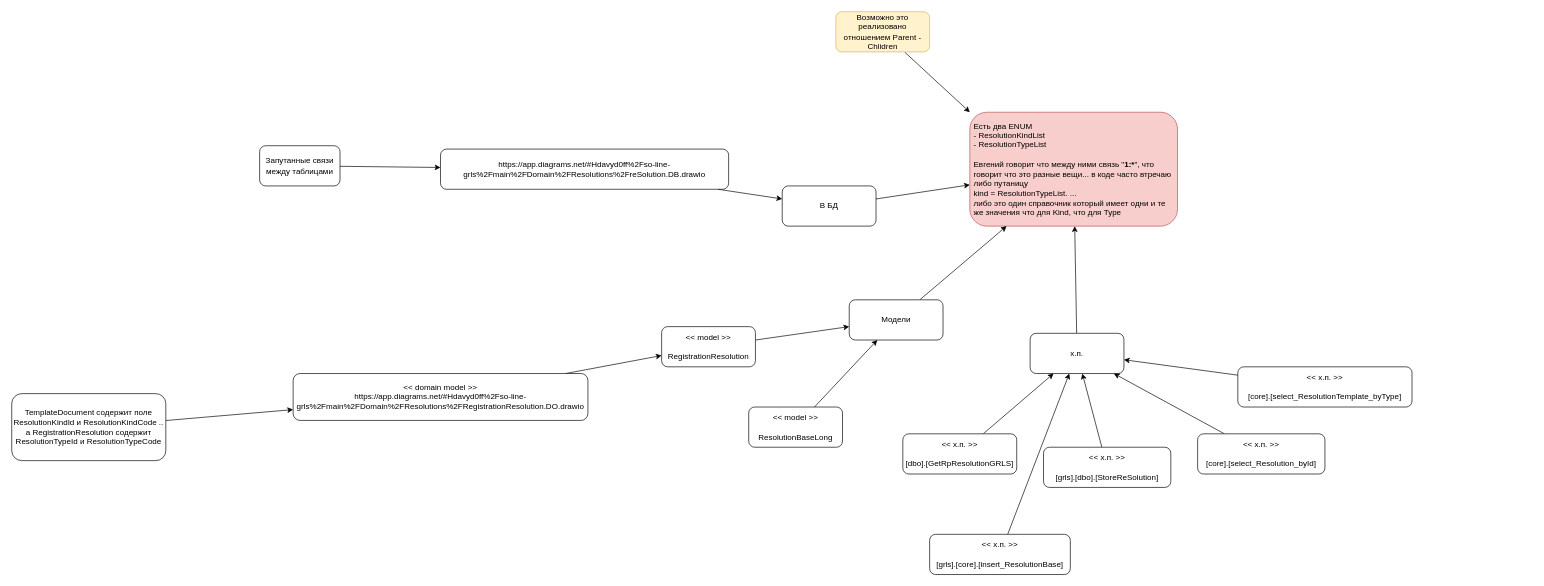
Above: Domain/Resolutions/TypeResolutionVSKindResolution.drawio in davyd0ff/so-line-grls (draw.io), before the change. Source tidied: cells renumbered, new cells numbered last; positions are measured from the earlier drawing's top-left corner, leaving out a move shared by most shapes. Both pictures are drawn from the tidied source at 67%, with x=0, y=0 at pixel (11, 11).
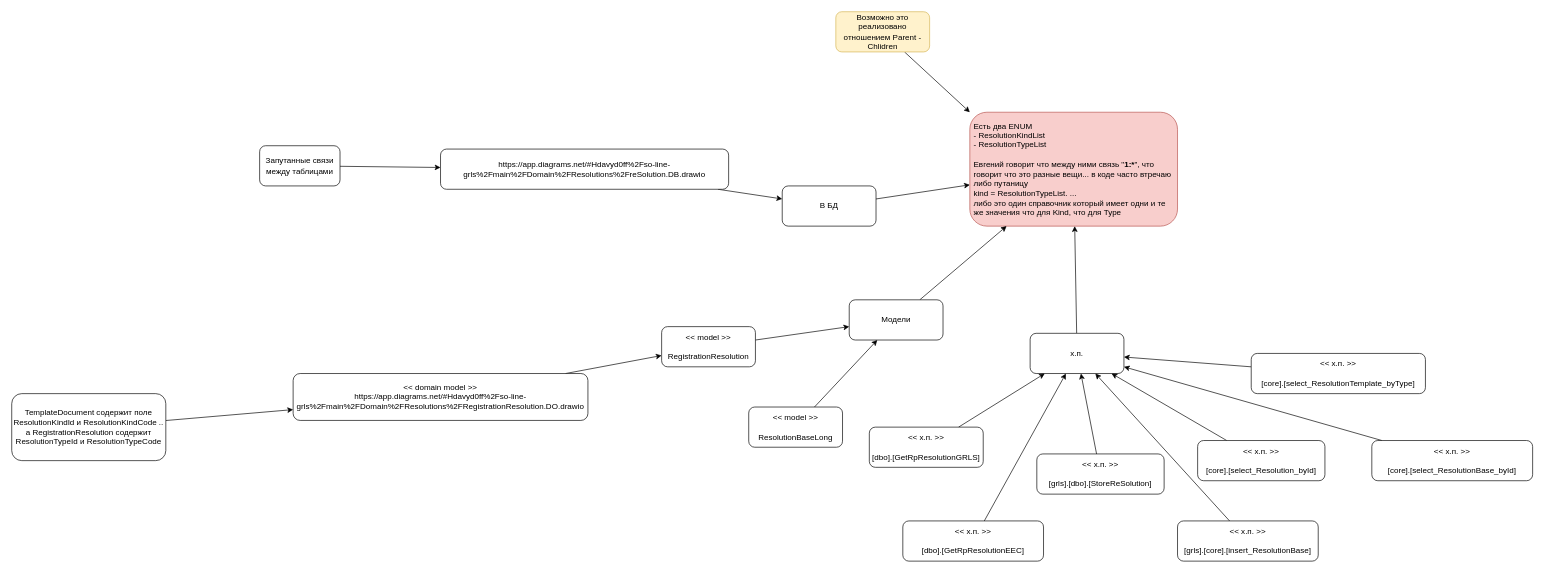
After the change.

The change refers to these unchanged cells:
```xml
<mxCell id="16" value="х.п." style="rounded=1;whiteSpace=wrap;html=1;" parent="1" vertex="1">
  <mxGeometry x="1520" y="480" width="140" height="60" as="geometry" />
</mxCell>
```

Change to the diagram source:
```diff
@@
     <mxCell id="18" value="&amp;lt;&amp;lt; х.п. &amp;gt;&amp;gt;&lt;br&gt;&lt;br&gt;[dbo].[GetRpResolutionGRLS]" style="rounded=1;whiteSpace=wrap;html=1;" parent="1" vertex="1">
-      <mxGeometry x="1330" y="630" width="170" height="60" as="geometry" />
+      <mxGeometry x="1280" y="620" width="170" height="60" as="geometry" />
     </mxCell>
@@
     <mxCell id="20" value="&amp;lt;&amp;lt; х.п. &amp;gt;&amp;gt;&lt;br&gt;&lt;br&gt;[grls].[dbo].[StoreReSolution]" style="rounded=1;whiteSpace=wrap;html=1;" parent="1" vertex="1">
-      <mxGeometry x="1540" y="650" width="190" height="60" as="geometry" />
+      <mxGeometry x="1530" y="660" width="190" height="60" as="geometry" />
     </mxCell>
@@
     <mxCell id="22" value="&amp;lt;&amp;lt; х.п. &amp;gt;&amp;gt;&lt;br&gt;&lt;br&gt;[core].[select_Resolution_byId]" style="rounded=1;whiteSpace=wrap;html=1;" parent="1" vertex="1">
-      <mxGeometry x="1770" y="630" width="190" height="60" as="geometry" />
+      <mxGeometry x="1770" y="640" width="190" height="60" as="geometry" />
     </mxCell>
@@
     <mxCell id="24" value="&amp;lt;&amp;lt; х.п. &amp;gt;&amp;gt;&lt;br&gt;&lt;br&gt;[core].[select_ResolutionTemplate_byType]" style="rounded=1;whiteSpace=wrap;html=1;" parent="1" vertex="1">
-      <mxGeometry x="1830" y="530" width="260" height="60" as="geometry" />
+      <mxGeometry x="1850" y="510" width="260" height="60" as="geometry" />
     </mxCell>
@@
     <mxCell id="32" value="&amp;lt;&amp;lt; х.п. &amp;gt;&amp;gt;&lt;br&gt;&lt;br&gt;[grls].[core].[insert_ResolutionBase]" style="rounded=1;whiteSpace=wrap;html=1;" parent="1" vertex="1">
-      <mxGeometry x="1370" y="780" width="210" height="60" as="geometry" />
+      <mxGeometry x="1740" y="760" width="210" height="60" as="geometry" />
     </mxCell>
+    <mxCell id="33" style="edgeStyle=none;rounded=0;jettySize=auto;html=1;" parent="1" edge="1" source="34" target="16">
+      <mxGeometry relative="1" as="geometry" />
+    </mxCell>
+    <mxCell id="34" value="&amp;lt;&amp;lt; х.п. &amp;gt;&amp;gt;&lt;br&gt;&lt;br&gt;[core].[select_ResolutionBase_byId]" style="rounded=1;whiteSpace=wrap;html=1;" parent="1" vertex="1">
+      <mxGeometry x="2030" y="640" width="240" height="60" as="geometry" />
+    </mxCell>
+    <mxCell id="35" style="edgeStyle=none;rounded=0;jettySize=auto;html=1;" parent="1" edge="1" source="36" target="16">
+      <mxGeometry relative="1" as="geometry" />
+    </mxCell>
+    <mxCell id="36" value="&amp;lt;&amp;lt; х.п. &amp;gt;&amp;gt;&lt;br&gt;&lt;br&gt;[dbo].[GetRpResolutionEEC]" style="rounded=1;whiteSpace=wrap;html=1;" parent="1" vertex="1">
+      <mxGeometry x="1330" y="760" width="210" height="60" as="geometry" />
+    </mxCell>
```
